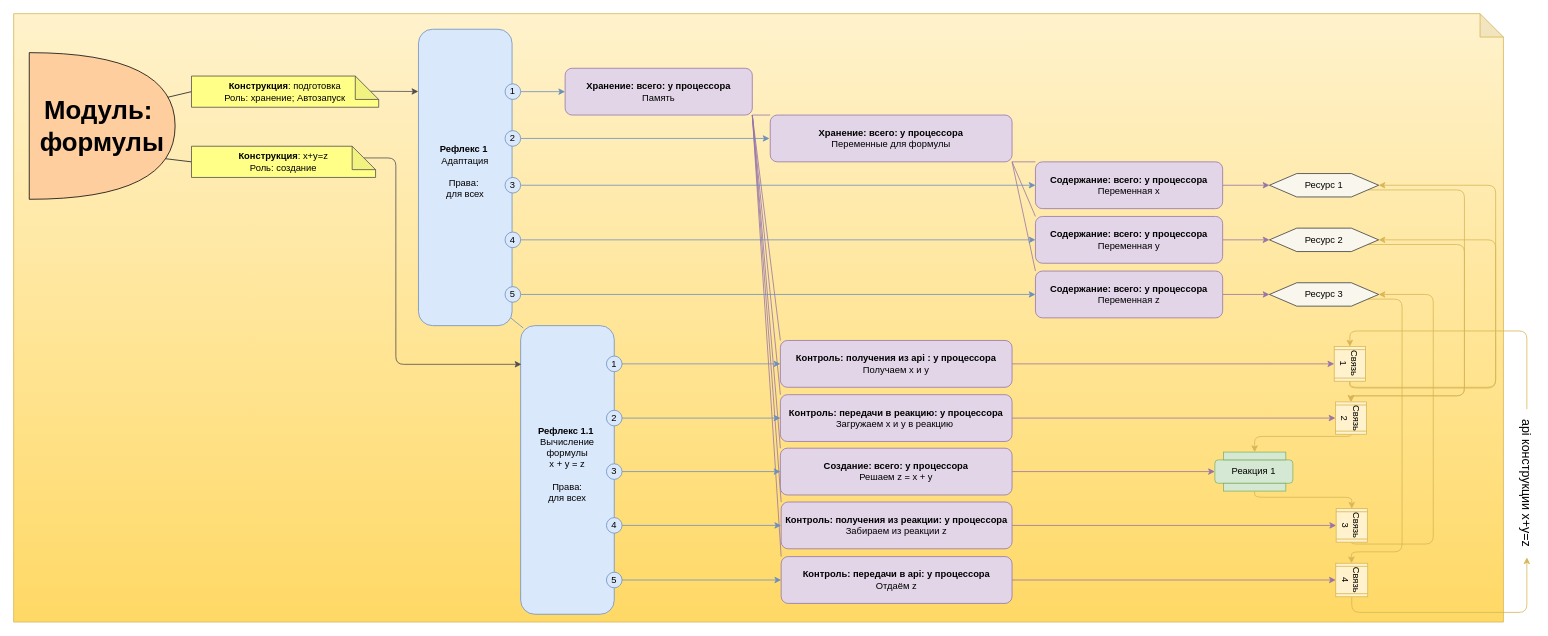
Before: Картинки/Module.drawio in it-architector/invention.csdr, a draw.io diagram. Source tidied: cells renumbered, new cells numbered last; positions are measured from the earlier drawing's top-left corner, leaving out a move shared by most shapes. Both pictures are drawn from the tidied source at 78%, with x=0, y=0 at pixel (13, 13).
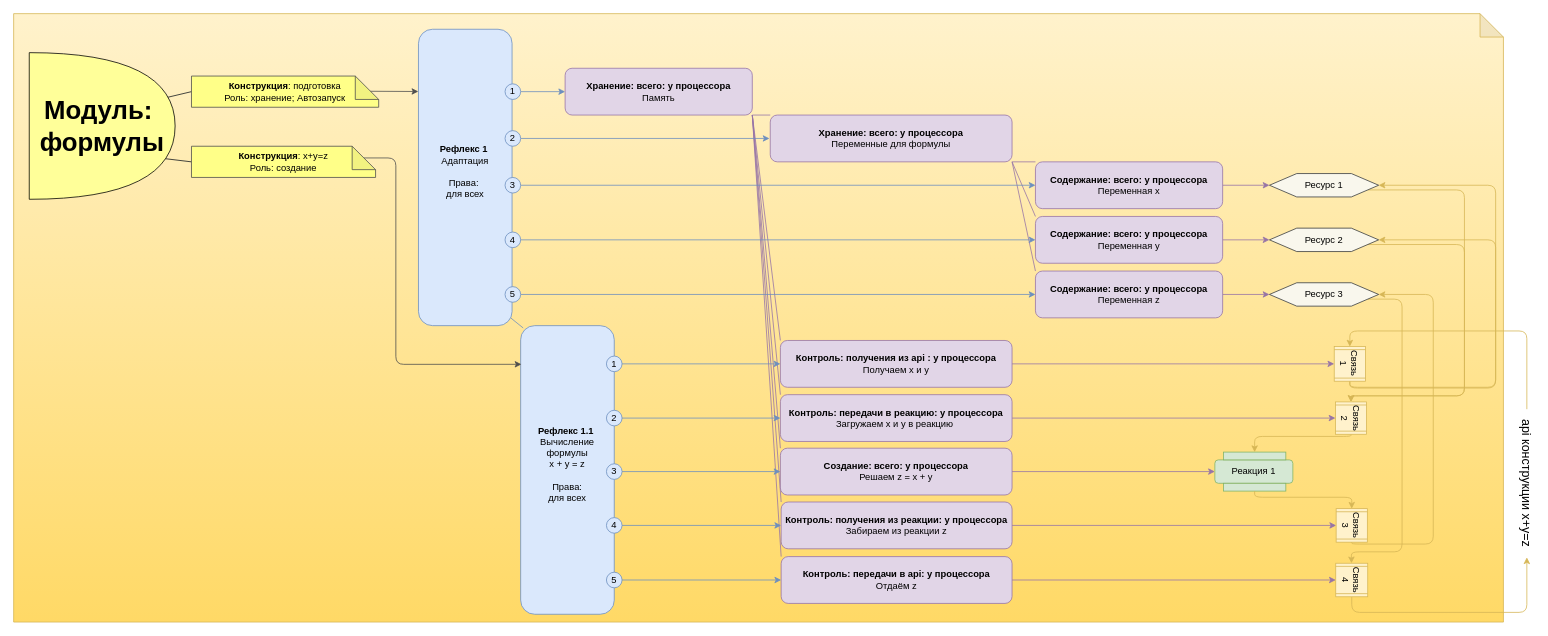
The same page after the edit.

Change to the diagram source:
```diff
@@
-    <mxCell id="74" value="&lt;b style=&quot;font-size: 33px&quot;&gt;Модуль:&amp;nbsp;&lt;br&gt;формулы&lt;br&gt;&lt;/b&gt;" style="shape=or;whiteSpace=wrap;html=1;fillColor=#FFCE9F;" parent="1" vertex="1">
+    <mxCell id="74" value="&lt;b style=&quot;font-size: 33px&quot;&gt;Модуль:&amp;nbsp;&lt;br&gt;формулы&lt;br&gt;&lt;/b&gt;" style="shape=or;whiteSpace=wrap;html=1;fillColor=#FFFF99;" parent="1" vertex="1">
       <mxGeometry x="20" y="50" width="187" height="188" as="geometry" />
     </mxCell>
```
